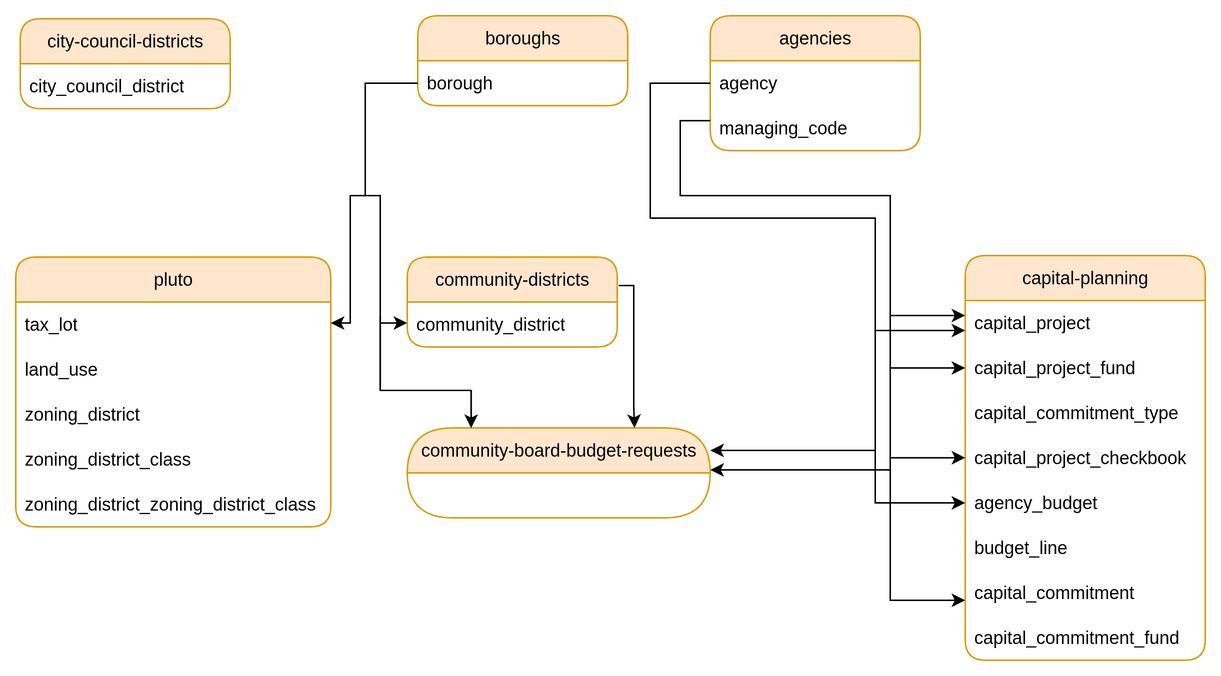
NYCPlanning/ae-data-flow keeps this draw.io diagram as documentation/diagrams/build_table_relationship.drawio.png. Above is the earlier version. Source tidied: cells renumbered, new cells last; positions are measured from the earlier drawing's top-left corner, leaving out a move shared by most shapes.
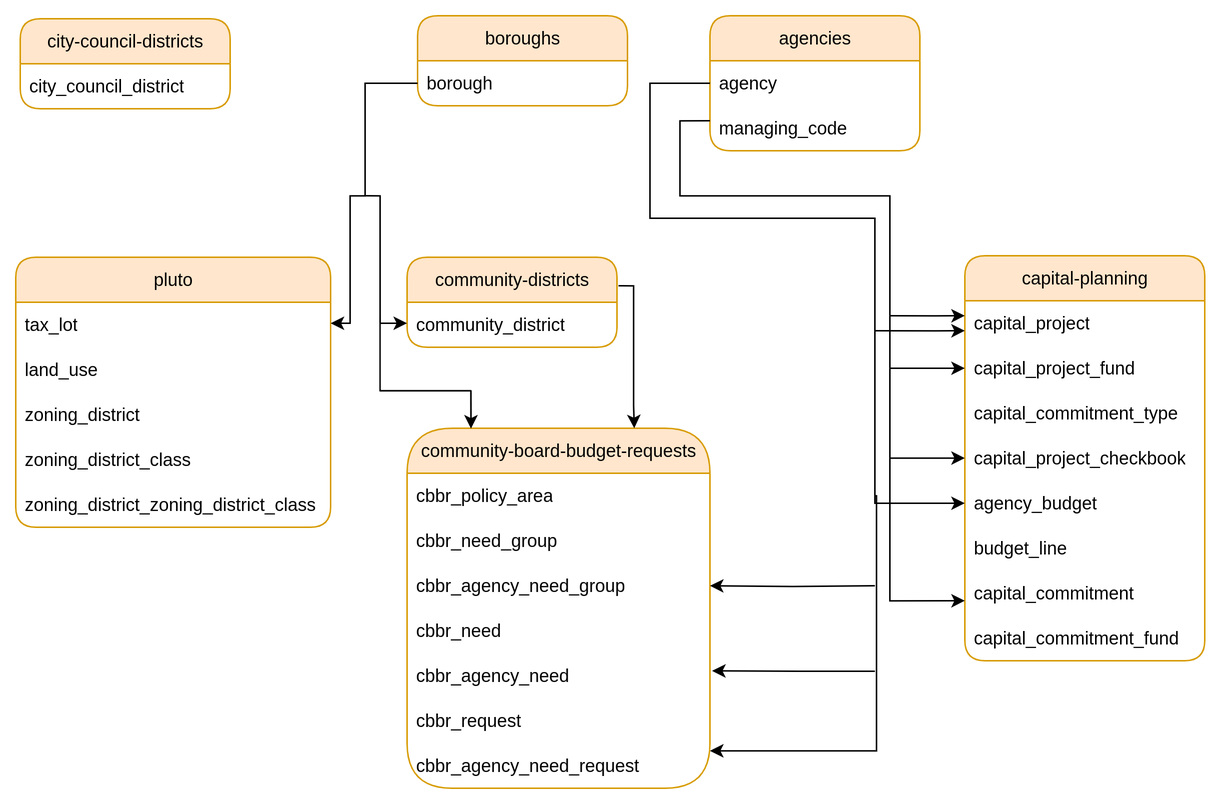
The same diagram one commit later.

What changed in the source:
```diff
@@ -154,8 +154,29 @@
       </mxGeometry>
     </mxCell>
     <mxCell id="34" value="community-board-&lt;span style=&quot;background-color: transparent; color: light-dark(rgb(0, 0, 0), rgb(255, 255, 255));&quot;&gt;budget-requests&lt;/span&gt;" style="swimlane;fontStyle=0;horizontal=1;startSize=30;whiteSpace=wrap;html=1;rounded=1;fillColor=#ffe6cc;strokeColor=#d79b00;arcSize=50;" parent="1" vertex="1">
-      <mxGeometry x="261" y="275" width="202" height="60" as="geometry" />
+      <mxGeometry x="261" y="275" width="202" height="240" as="geometry" />
     </mxCell>
+    <mxCell id="39" value="cbbr_policy_area" style="text;strokeColor=none;fillColor=none;align=left;verticalAlign=middle;spacingLeft=4;spacingRight=4;overflow=hidden;whiteSpace=wrap;html=1;" parent="34" vertex="1">
+      <mxGeometry y="30" width="202" height="30" as="geometry" />
+    </mxCell>
+    <mxCell id="40" value="cbbr_need_group" style="text;strokeColor=none;fillColor=none;align=left;verticalAlign=middle;spacingLeft=4;spacingRight=4;overflow=hidden;whiteSpace=wrap;html=1;" parent="34" vertex="1">
+      <mxGeometry y="60" width="202" height="30" as="geometry" />
+    </mxCell>
+    <mxCell id="41" value="cbbr_agency_need_group" style="text;strokeColor=none;fillColor=none;align=left;verticalAlign=middle;spacingLeft=4;spacingRight=4;overflow=hidden;points=[[0,0.5],[1,0.5]];portConstraint=eastwest;whiteSpace=wrap;html=1;" parent="34" vertex="1">
+      <mxGeometry y="90" width="202" height="30" as="geometry" />
+    </mxCell>
+    <mxCell id="42" value="cbbr_need" style="text;strokeColor=none;fillColor=none;align=left;verticalAlign=middle;spacingLeft=4;spacingRight=4;overflow=hidden;whiteSpace=wrap;html=1;" parent="34" vertex="1">
+      <mxGeometry y="120" width="202" height="30" as="geometry" />
+    </mxCell>
+    <mxCell id="43" value="cbbr_agency_need" style="text;strokeColor=none;fillColor=none;align=left;verticalAlign=middle;spacingLeft=4;spacingRight=4;overflow=hidden;whiteSpace=wrap;html=1;" parent="34" vertex="1">
+      <mxGeometry y="150" width="202" height="30" as="geometry" />
+    </mxCell>
+    <mxCell id="44" value="cbbr_request" style="text;strokeColor=none;fillColor=none;align=left;verticalAlign=middle;spacingLeft=4;spacingRight=4;overflow=hidden;whiteSpace=wrap;html=1;" parent="34" vertex="1">
+      <mxGeometry y="180" width="202" height="30" as="geometry" />
+    </mxCell>
+    <mxCell id="45" value="cbbr_agency_need_request" style="text;strokeColor=none;fillColor=none;align=left;verticalAlign=middle;spacingLeft=4;spacingRight=4;overflow=hidden;points=[[0,0.5],[1,0.5]];portConstraint=eastwest;whiteSpace=wrap;html=1;" parent="34" vertex="1">
+      <mxGeometry y="210" width="202" height="30" as="geometry" />
+    </mxCell>
     <mxCell id="35" style="edgeStyle=orthogonalEdgeStyle;rounded=0;jettySize=auto;html=1;entryX=0.75;entryY=0;entryDx=0;entryDy=0;" parent="1" edge="1" target="34">
       <mxGeometry relative="1" as="geometry">
         <mxPoint x="402" y="180" as="sourcePoint" />
@@ -176,21 +197,28 @@
         </Array>
       </mxGeometry>
     </mxCell>
+    <mxCell id="46" style="edgeStyle=orthogonalEdgeStyle;rounded=0;jettySize=auto;html=1;strokeColor=light-dark(#000000,#CCFFCC);" parent="1" edge="1" target="45">
+      <mxGeometry relative="1" as="geometry">
+        <mxPoint x="573" y="320" as="sourcePoint" />
+        <Array as="points">
+          <mxPoint x="574" y="320" />
+          <mxPoint x="574" y="490" />
+        </Array>
+      </mxGeometry>
+    </mxCell>
+    <mxCell id="47" style="edgeStyle=orthogonalEdgeStyle;rounded=0;orthogonalLoop=1;jettySize=auto;html=1;strokeColor=light-dark(#000000,#CCFFCC);entryX=1.007;entryY=0.158;entryDx=0;entryDy=0;entryPerimeter=0;" parent="1" edge="1">
+      <mxGeometry relative="1" as="geometry">
+        <mxPoint x="573" y="437" as="sourcePoint" />
+        <mxPoint x="464.4" y="436.7" as="targetPoint" />
+        <Array as="points">
+          <mxPoint x="523" y="437" />
+        </Array>
+      </mxGeometry>
+    </mxCell>
-    <mxCell id="37" style="edgeStyle=orthogonalEdgeStyle;rounded=0;orthogonalLoop=1;jettySize=auto;html=1;strokeColor=light-dark(#000000,#CCFFCC);entryX=1;entryY=0.5;entryDx=0;entryDy=0;" parent="1" edge="1">
+    <mxCell id="37" style="edgeStyle=orthogonalEdgeStyle;rounded=0;jettySize=auto;html=1;strokeColor=light-dark(#000000,#CCFFCC);entryX=1;entryY=0.5;entryDx=0;entryDy=0;" parent="1" edge="1" target="41">
       <mxGeometry relative="1" as="geometry">
-        <mxPoint x="573" y="290" as="sourcePoint" />
-        <mxPoint x="463" y="290" as="targetPoint" />
+        <mxPoint x="573" y="380" as="sourcePoint" />
       </mxGeometry>
     </mxCell>
-    <mxCell id="38" style="edgeStyle=orthogonalEdgeStyle;rounded=0;orthogonalLoop=1;jettySize=auto;html=1;strokeColor=light-dark(#000000,#CCE5FF);" parent="1" edge="1">
-      <mxGeometry relative="1" as="geometry">
-        <mxPoint x="583" y="304" as="sourcePoint" />
-        <mxPoint x="463" y="303" as="targetPoint" />
-        <Array as="points">
-          <mxPoint x="518" y="303" />
-          <mxPoint x="518" y="303" />
-        </Array>
-      </mxGeometry>
-    </mxCell>
   </root>
 </mxGraphModel>
```
